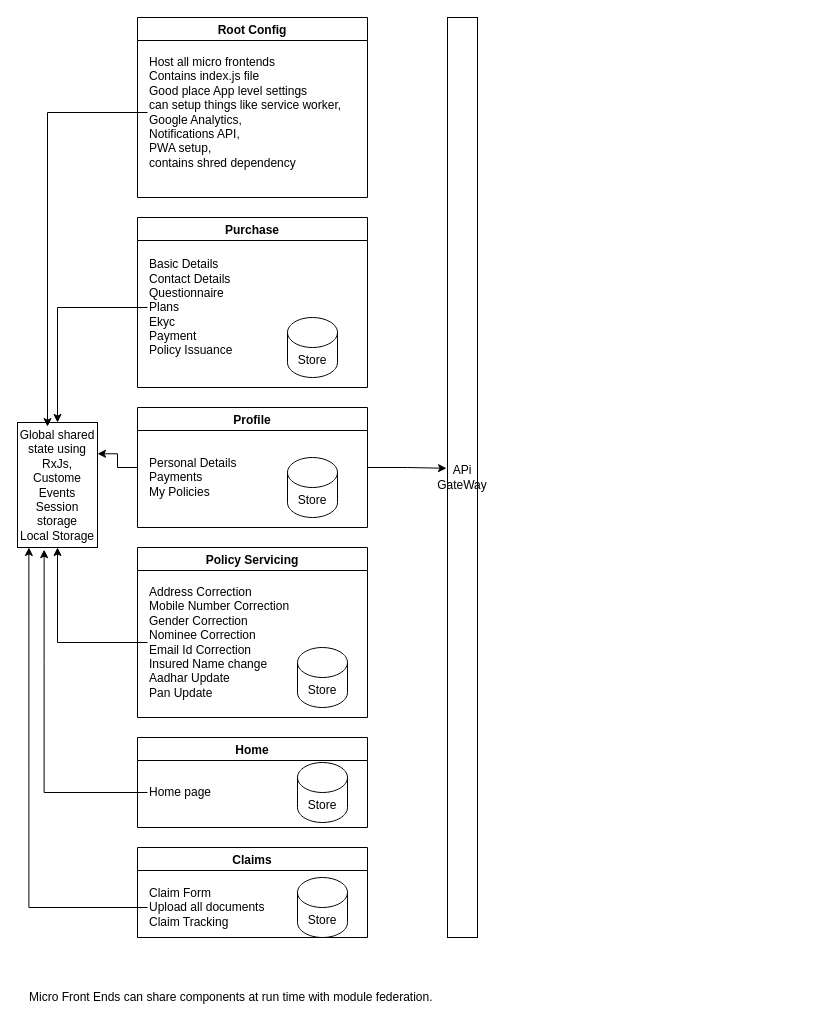
vnshtiwari/root-config keeps this draw.io diagram as Untitled Diagram.drawio. Above is the earlier version. Source tidied: cells renumbered, new cells numbered last; positions are measured from the earlier drawing's top-left corner, leaving out a move shared by most shapes. Both pictures are drawn from the tidied source at 100%, with x=0, y=0 at pixel (17, 17).
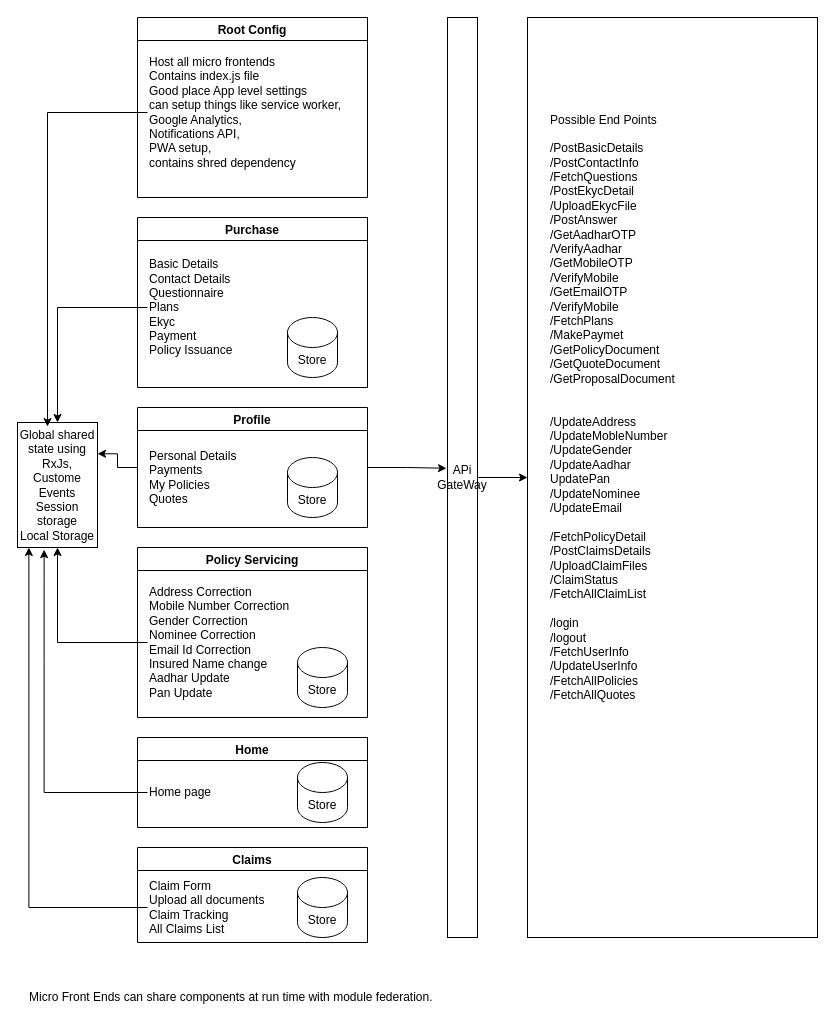
The same page after the edit.

The change refers to these unchanged cells:
```xml
<mxCell id="10" value="Profile" style="swimlane;fillColor=none;" parent="1" vertex="1">
  <mxGeometry x="120" y="390" width="230" height="120" as="geometry" />
</mxCell>
<mxCell id="27" value="APi&lt;br&gt;GateWay" style="rounded=0;whiteSpace=wrap;html=1;fillColor=none;" parent="1" vertex="1">
  <mxGeometry x="430" width="30" height="920" as="geometry" />
</mxCell>
```

Diff of the diagram source:
```diff
@@
-    <mxCell id="11" value="Personal Details&lt;br&gt;Payments&lt;br&gt;My Policies" style="text;html=1;align=left;verticalAlign=middle;strokeColor=none;fillColor=none;" parent="10" vertex="1">
-      <mxGeometry x="10" y="40" width="110" height="60" as="geometry" />
+    <mxCell id="11" value="Personal Details&lt;br&gt;Payments&lt;br&gt;My Policies&lt;br&gt;Quotes" style="text;html=1;align=left;verticalAlign=middle;strokeColor=none;fillColor=none;" parent="10" vertex="1">
+      <mxGeometry x="10" y="35" width="110" height="70" as="geometry" />
     </mxCell>
@@
     <mxCell id="13" value="Claims" style="swimlane;fillColor=none;" parent="1" vertex="1">
-      <mxGeometry x="120" y="830" width="230" height="90" as="geometry" />
+      <mxGeometry x="120" y="830" width="230" height="95" as="geometry" />
     </mxCell>
-    <mxCell id="14" value="Claim Form&amp;nbsp;&lt;br&gt;Upload all documents&lt;br&gt;Claim Tracking" style="text;html=1;align=left;verticalAlign=middle;points=[];strokeColor=none;fillColor=none;" parent="13" vertex="1">
-      <mxGeometry x="10" y="30" width="140" height="60" as="geometry" />
+    <mxCell id="14" value="Claim Form&amp;nbsp;&lt;br&gt;Upload all documents&lt;br&gt;Claim Tracking&lt;br&gt;All Claims List" style="text;html=1;align=left;verticalAlign=middle;points=[];strokeColor=none;fillColor=none;" parent="13" vertex="1">
+      <mxGeometry x="10" y="25" width="140" height="70" as="geometry" />
     </mxCell>
@@
+    <mxCell id="29" style="edgeStyle=orthogonalEdgeStyle;rounded=0;jettySize=auto;html=1;entryX=0;entryY=0.5;entryDx=0;entryDy=0;" parent="1" edge="1" source="27" target="30">
+      <mxGeometry relative="1" as="geometry" />
+    </mxCell>
@@
+    <mxCell id="30" style="rounded=0;whiteSpace=wrap;html=1;" parent="1" vertex="1">
+      <mxGeometry x="510" width="290" height="920" as="geometry" />
+    </mxCell>
+    <mxCell id="31" value="&lt;p style=&quot;line-height: 2.1;&quot;&gt;&lt;/p&gt;&lt;div style=&quot;&quot;&gt;&lt;span style=&quot;background-color: initial;&quot;&gt;Possible End Points&lt;/span&gt;&lt;/div&gt;&lt;div style=&quot;&quot;&gt;&lt;span style=&quot;background-color: initial;&quot;&gt;&lt;br&gt;&lt;/span&gt;&lt;/div&gt;&lt;div style=&quot;&quot;&gt;&lt;span style=&quot;background-color: initial;&quot;&gt;/PostBasicDetails&lt;/span&gt;&lt;/div&gt;&lt;div style=&quot;&quot;&gt;&lt;span style=&quot;background-color: initial;&quot;&gt;/PostContactInfo&lt;/span&gt;&lt;/div&gt;&lt;div style=&quot;&quot;&gt;&lt;span style=&quot;background-color: initial;&quot;&gt;/FetchQuestions&lt;/span&gt;&lt;/div&gt;&lt;div style=&quot;&quot;&gt;&lt;span style=&quot;background-color: initial;&quot;&gt;/PostEkycDetail&lt;/span&gt;&lt;/div&gt;&lt;div style=&quot;&quot;&gt;&lt;span style=&quot;background-color: initial;&quot;&gt;/UploadEkycFile&lt;/span&gt;&lt;/div&gt;&lt;div style=&quot;&quot;&gt;&lt;span style=&quot;background-color: initial;&quot;&gt;/PostAnswer&lt;/span&gt;&lt;/div&gt;&lt;div style=&quot;&quot;&gt;&lt;span style=&quot;background-color: initial;&quot;&gt;/GetAadharOTP&lt;/span&gt;&lt;/div&gt;&lt;div style=&quot;&quot;&gt;&lt;span style=&quot;background-color: initial;&quot;&gt;/VerifyAadhar&lt;/span&gt;&lt;/div&gt;&lt;div style=&quot;&quot;&gt;&lt;span style=&quot;background-color: initial;&quot;&gt;/GetMobileOTP&lt;/span&gt;&lt;/div&gt;&lt;div style=&quot;&quot;&gt;&lt;span style=&quot;background-color: initial;&quot;&gt;/VerifyMobile&lt;/span&gt;&lt;/div&gt;&lt;div style=&quot;&quot;&gt;&lt;span style=&quot;background-color: initial;&quot;&gt;/GetEmailOTP&lt;/span&gt;&lt;/div&gt;&lt;div style=&quot;&quot;&gt;&lt;span style=&quot;background-color: initial;&quot;&gt;/VerifyMobile&lt;/span&gt;&lt;/div&gt;&lt;div style=&quot;&quot;&gt;&lt;span style=&quot;background-color: initial;&quot;&gt;/FetchPlans&lt;/span&gt;&lt;/div&gt;&lt;div style=&quot;&quot;&gt;&lt;span style=&quot;background-color: initial;&quot;&gt;/MakePaymet&lt;/span&gt;&lt;/div&gt;&lt;div style=&quot;&quot;&gt;&lt;span style=&quot;background-color: initial;&quot;&gt;/GetPolicyDocument&lt;/span&gt;&lt;/div&gt;&lt;div style=&quot;&quot;&gt;&lt;span style=&quot;background-color: initial;&quot;&gt;/GetQuoteDocument&lt;/span&gt;&lt;/div&gt;&lt;div style=&quot;&quot;&gt;&lt;span style=&quot;background-color: initial;&quot;&gt;/GetProposalDocument&lt;/span&gt;&lt;/div&gt;&lt;div style=&quot;&quot;&gt;&lt;span style=&quot;background-color: initial;&quot;&gt;&lt;br&gt;&lt;/span&gt;&lt;/div&gt;&lt;div style=&quot;&quot;&gt;&lt;span style=&quot;background-color: initial;&quot;&gt;&lt;br&gt;&lt;/span&gt;&lt;/div&gt;&lt;div style=&quot;&quot;&gt;&lt;span style=&quot;background-color: initial;&quot;&gt;/UpdateAddress&lt;/span&gt;&lt;/div&gt;&lt;div style=&quot;&quot;&gt;&lt;span style=&quot;background-color: initial;&quot;&gt;/UpdateMobleNumber&lt;/span&gt;&lt;/div&gt;&lt;div style=&quot;&quot;&gt;&lt;span style=&quot;background-color: initial;&quot;&gt;/UpdateGender&lt;/span&gt;&lt;/div&gt;&lt;div style=&quot;&quot;&gt;&lt;span style=&quot;background-color: initial;&quot;&gt;/UpdateAadhar&lt;/span&gt;&lt;/div&gt;&lt;div style=&quot;&quot;&gt;&lt;span style=&quot;background-color: initial;&quot;&gt;UpdatePan&lt;/span&gt;&lt;/div&gt;&lt;div style=&quot;&quot;&gt;&lt;span style=&quot;background-color: initial;&quot;&gt;/UpdateNominee&lt;/span&gt;&lt;/div&gt;&lt;div style=&quot;&quot;&gt;/UpdateEmail&lt;/div&gt;&lt;div style=&quot;&quot;&gt;&lt;span style=&quot;background-color: initial;&quot;&gt;&lt;br&gt;&lt;/span&gt;&lt;/div&gt;&lt;div style=&quot;&quot;&gt;&lt;span style=&quot;background-color: initial;&quot;&gt;/FetchPolicyDetail&lt;/span&gt;&lt;/div&gt;&lt;div style=&quot;&quot;&gt;&lt;span style=&quot;background-color: initial;&quot;&gt;/PostClaimsDetails&lt;/span&gt;&lt;/div&gt;&lt;div style=&quot;&quot;&gt;&lt;span style=&quot;background-color: initial;&quot;&gt;/UploadClaimFiles&lt;/span&gt;&lt;/div&gt;&lt;div style=&quot;&quot;&gt;&lt;span style=&quot;background-color: initial;&quot;&gt;/ClaimStatus&lt;/span&gt;&lt;/div&gt;&lt;div style=&quot;&quot;&gt;&lt;span style=&quot;background-color: initial;&quot;&gt;/FetchAllClaimList&lt;/span&gt;&lt;/div&gt;&lt;div style=&quot;&quot;&gt;&lt;span style=&quot;background-color: initial;&quot;&gt;&lt;br&gt;&lt;/span&gt;&lt;/div&gt;&lt;div style=&quot;&quot;&gt;/login&lt;/div&gt;&lt;div style=&quot;&quot;&gt;/logout&lt;/div&gt;&lt;div style=&quot;&quot;&gt;/FetchUserInfo&lt;/div&gt;&lt;div style=&quot;&quot;&gt;/UpdateUserInfo&lt;/div&gt;&lt;div style=&quot;&quot;&gt;/FetchAllPolicies&lt;/div&gt;&lt;div style=&quot;&quot;&gt;/FetchAllQuotes&lt;/div&gt;&lt;p&gt;&lt;/p&gt;" style="text;html=1;strokeColor=none;fillColor=none;align=left;verticalAlign=middle;whiteSpace=wrap;rounded=0;" parent="1" vertex="1">
+      <mxGeometry x="531" y="10" width="219" height="760" as="geometry" />
+    </mxCell>
```
